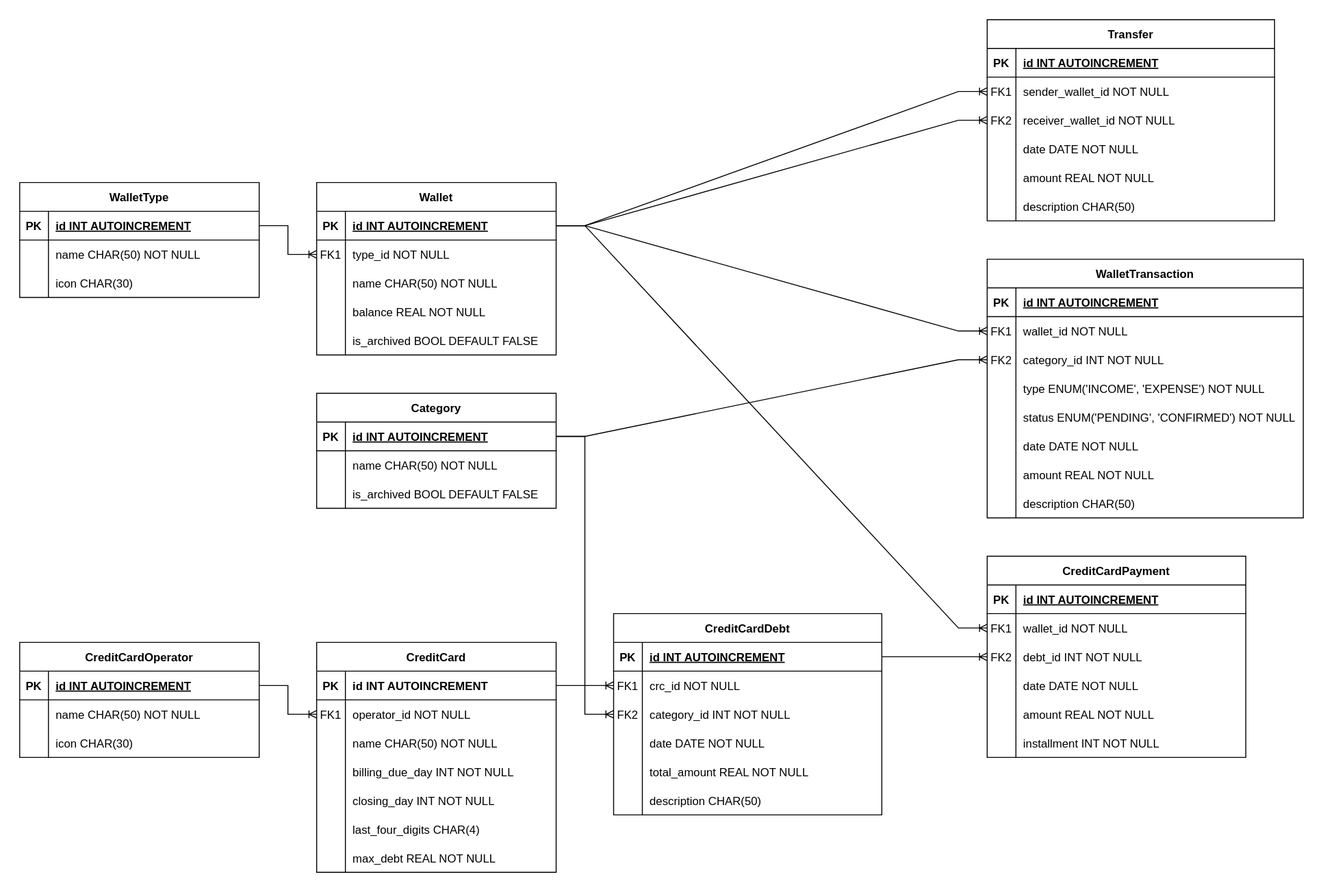
Above: docs/db_model.svg in luk3rr/MY_MONEY (draw.io), before the change. Source tidied: cells renumbered, new cells last; positions are measured from the earlier drawing's top-left corner, leaving out a move shared by most shapes.
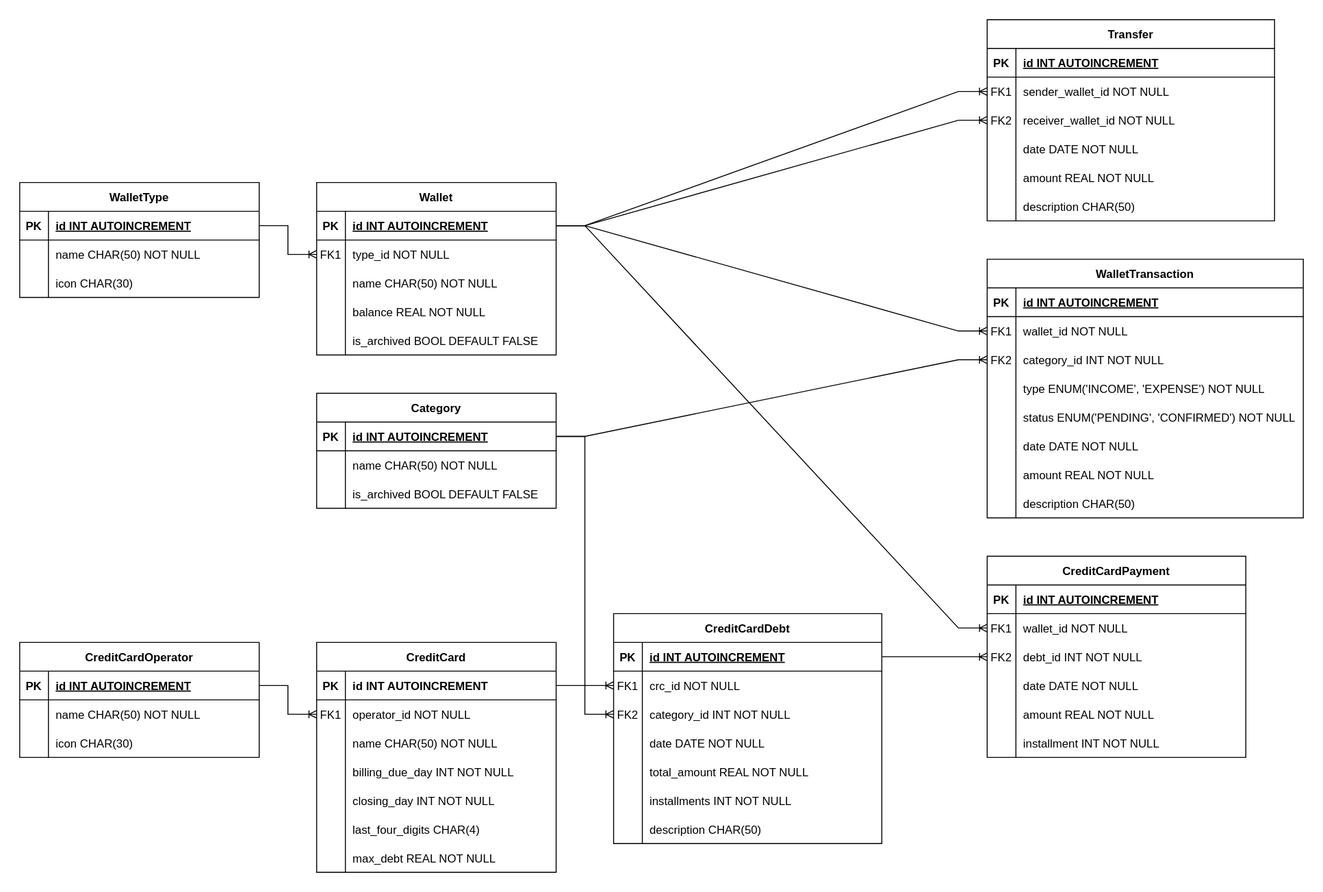
After the commit.

Commit message:
Adicionar campo 'installments' à entidade CreditCardDebt

Diff of the diagram source:
```diff
@@ -228,7 +228,7 @@
       <mxGeometry x="30" width="220" height="30" as="geometry" />
     </mxCell>
     <mxCell id="77" value="CreditCardDebt" style="shape=table;startSize=30;rowLines=0;fontStyle=1;align=center;" parent="1" vertex="1">
-      <mxGeometry x="620" y="620" width="280" height="210" as="geometry" />
+      <mxGeometry x="620" y="620" width="280" height="240" as="geometry" />
     </mxCell>
     <mxCell id="78" style="shape=partialRectangle;fillColor=none;points=[[0,0.5],[1,0.5]];portConstraint=eastwest;top=0;left=0;right=0;bottom=1;" parent="77" vertex="1">
       <mxGeometry y="30" width="280" height="30" as="geometry" />
@@ -275,8 +275,17 @@
     <mxCell id="92" value="total_amount REAL NOT NULL" style="shape=partialRectangle;overflow=hidden;fillColor=none;top=0;left=0;bottom=0;right=0;align=left;spacingLeft=6;" parent="90" vertex="1">
       <mxGeometry x="30" width="250" height="30" as="geometry" />
     </mxCell>
+    <mxCell id="167" style="shape=partialRectangle;fillColor=none;top=0;left=0;right=0;bottom=0;" parent="77" vertex="1">
+      <mxGeometry y="180" width="280" height="30" as="geometry" />
+    </mxCell>
+    <mxCell id="168" value="            " style="shape=partialRectangle;overflow=hidden;fillColor=none;top=0;left=0;bottom=0;right=0;" parent="167" vertex="1">
+      <mxGeometry width="30" height="30" as="geometry" />
+    </mxCell>
+    <mxCell id="169" value="installments INT NOT NULL" style="shape=partialRectangle;overflow=hidden;fillColor=none;top=0;left=0;bottom=0;right=0;align=left;spacingLeft=6;" parent="167" vertex="1">
+      <mxGeometry x="30" width="250" height="30" as="geometry" />
+    </mxCell>
     <mxCell id="93" style="shape=partialRectangle;fillColor=none;top=0;left=0;right=0;bottom=0;" parent="77" vertex="1">
-      <mxGeometry y="180" width="280" height="30" as="geometry" />
+      <mxGeometry y="210" width="280" height="30" as="geometry" />
     </mxCell>
     <mxCell id="94" value="            " style="shape=partialRectangle;overflow=hidden;fillColor=none;top=0;left=0;bottom=0;right=0;" parent="93" vertex="1">
       <mxGeometry width="30" height="30" as="geometry" />
```
